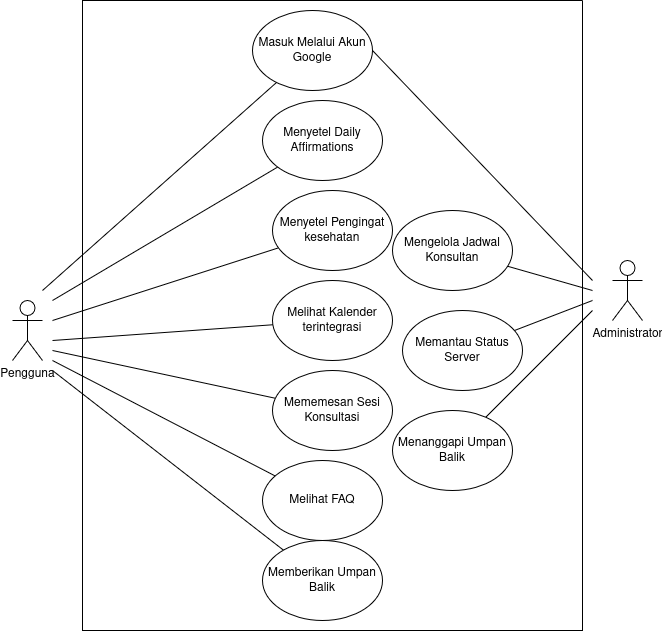
sbxte/IF2150-RPL-K01-G04 keeps this draw.io diagram as docs/M3/assets/diagram/UCD.png. Above is the earlier version. Source tidied: cells renumbered, new cells last; positions are measured from the earlier drawing's top-left corner, leaving out a move shared by most shapes.
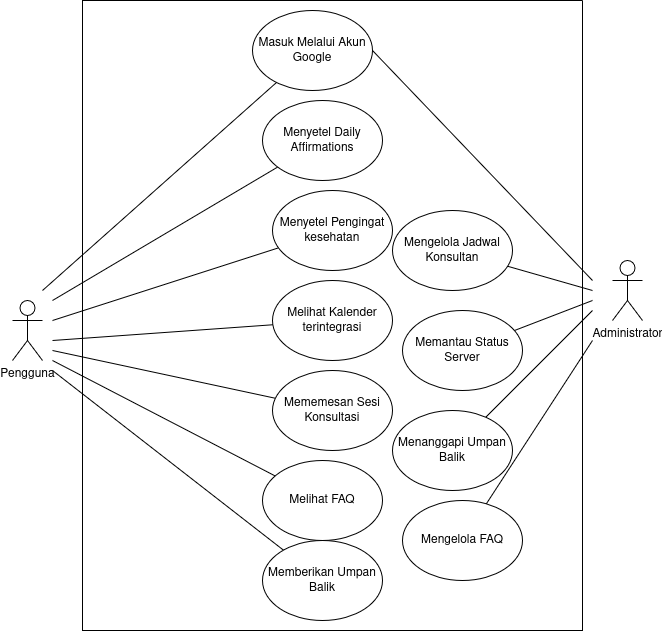
Later version of the same file.

Change to the diagram source:
```diff
@@ -96,5 +96,13 @@
     <mxCell id="25" style="swimlane;startSize=0;" parent="1" vertex="1">
       <mxGeometry x="70" width="500" height="630" as="geometry" />
     </mxCell>
+    <mxCell id="26" value="Mengelola FAQ" style="ellipse;whiteSpace=wrap;html=1;shapeInside=1;" parent="25" vertex="1">
+      <mxGeometry x="320" y="500" width="120" height="80" as="geometry" />
+    </mxCell>
+    <mxCell id="27" style="endArrow=none;html=1;rounded=0;" parent="1" edge="1" target="26">
+      <mxGeometry relative="1" as="geometry">
+        <mxPoint x="580" y="340" as="sourcePoint" />
+      </mxGeometry>
+    </mxCell>
   </root>
 </mxGraphModel>
```
